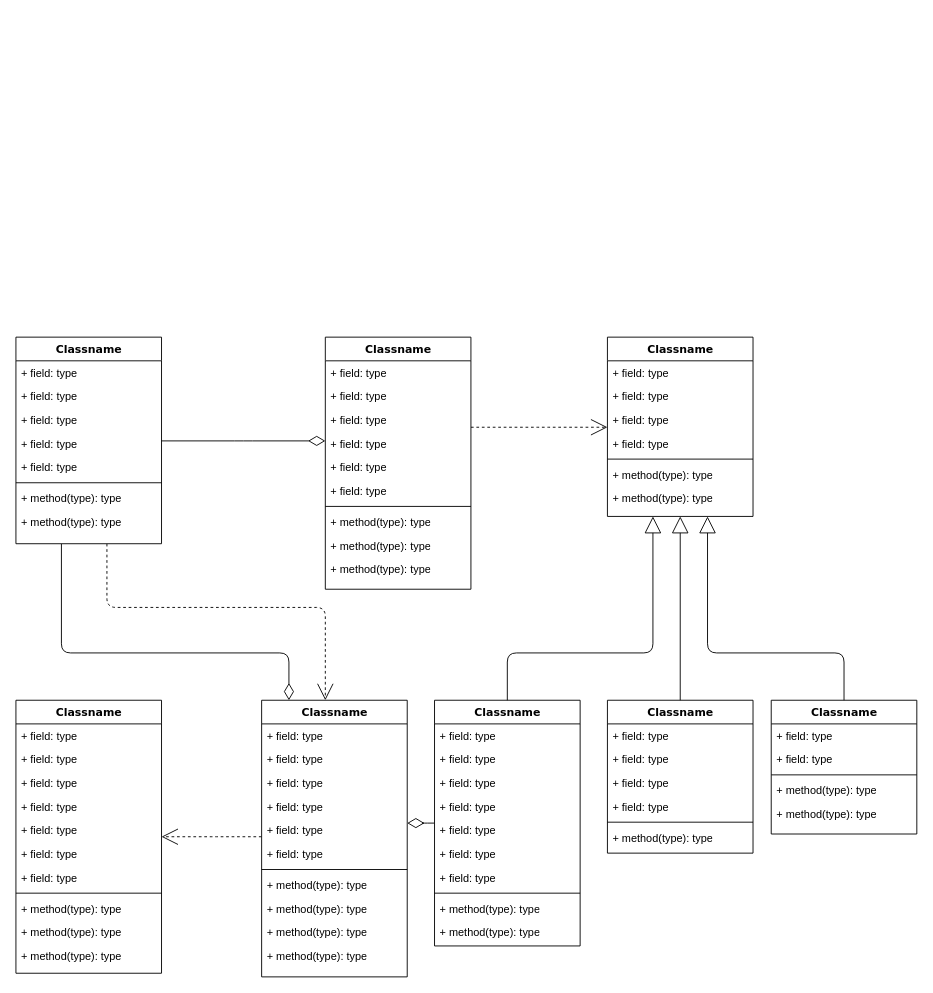
Above: Kokuban.drawio in Cmatrix1/Description-School-Project (draw.io), before the change. Source tidied: cells renumbered, new cells numbered last; positions are measured from the earlier drawing's top-left corner, leaving out a move shared by most shapes. Both pictures are drawn from the tidied source at 91%, with x=0, y=0 at pixel (15, 337).
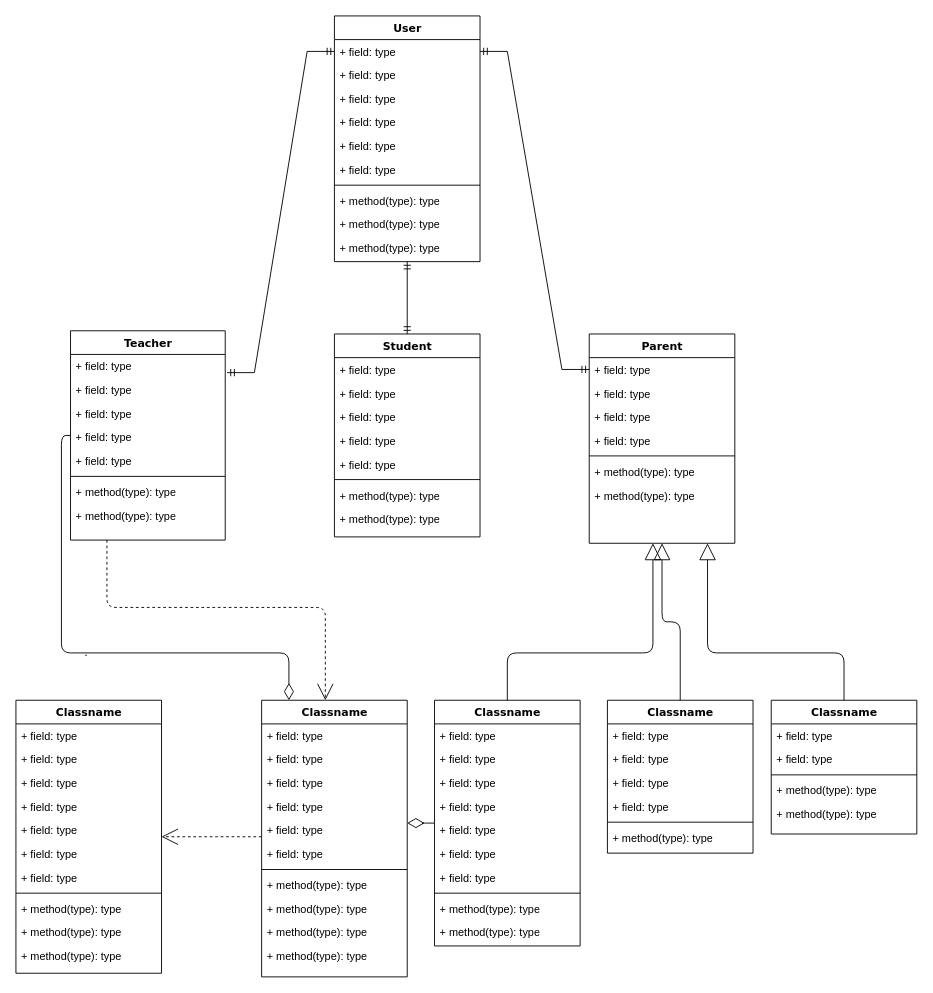
The same diagram, later.

Unchanged cells that the change refers to:
```xml
<mxCell id="15" value="+ field: type" style="text;html=1;strokeColor=none;fillColor=none;align=left;verticalAlign=top;spacingLeft=4;spacingRight=4;whiteSpace=wrap;overflow=hidden;points=[[0,0.5],[1,0.5]];portConstraint=eastwest;" parent="14" vertex="1">
  <mxGeometry y="26" width="160" height="26" as="geometry" />
</mxCell>
<mxCell id="26" value="+ field: type" style="text;html=1;strokeColor=none;fillColor=none;align=left;verticalAlign=top;spacingLeft=4;spacingRight=4;whiteSpace=wrap;overflow=hidden;points=[[0,0.5],[1,0.5]];portConstraint=eastwest;" parent="25" vertex="1">
  <mxGeometry y="26" width="160" height="26" as="geometry" />
</mxCell>
<mxCell id="47" value="Classname" style="swimlane;html=1;fontStyle=1;align=center;verticalAlign=top;horizontal=1;startSize=26;swimlaneFillColor=#ffffff;rounded=0;shadow=0;comic=0;labelBackgroundColor=none;strokeWidth=1;fillColor=none;fontFamily=Verdana;fontSize=12;" parent="1" vertex="1">
  <mxGeometry x="270" y="399" width="160" height="304" as="geometry" />
</mxCell>
```

Change to the diagram source:
```diff
@@
-    <mxCell id="3" style="edgeStyle=orthogonalEdgeStyle;html=1;labelBackgroundColor=none;startFill=0;startSize=8;endArrow=diamondThin;endFill=0;endSize=16;fontFamily=Verdana;fontSize=12;" parent="1" edge="1" source="4" target="47">
+    <mxCell id="3" value="." style="edgeStyle=orthogonalEdgeStyle;html=1;labelBackgroundColor=none;startFill=0;startSize=8;endArrow=diamondThin;endFill=0;endSize=16;fontFamily=Verdana;fontSize=12;" parent="1" edge="1" source="4" target="47">
       <mxGeometry relative="1" as="geometry">
         <Array as="points">
           <mxPoint x="50" y="347" />
           <mxPoint x="300" y="347" />
         </Array>
       </mxGeometry>
     </mxCell>
-    <mxCell id="4" value="Classname" style="swimlane;html=1;fontStyle=1;align=center;verticalAlign=top;horizontal=1;startSize=26;swimlaneFillColor=#ffffff;rounded=0;shadow=0;comic=0;labelBackgroundColor=none;strokeWidth=1;fillColor=none;fontFamily=Verdana;fontSize=12;" parent="1" vertex="1">
-      <mxGeometry width="160" height="227" as="geometry" />
+    <mxCell id="4" value="Teacher" style="swimlane;html=1;fontStyle=1;align=center;verticalAlign=top;horizontal=1;startSize=26;swimlaneFillColor=#ffffff;rounded=0;shadow=0;comic=0;labelBackgroundColor=none;strokeWidth=1;fillColor=none;fontFamily=Verdana;fontSize=12;" parent="1" vertex="1">
+      <mxGeometry x="60" y="-7" width="170" height="230" as="geometry" />
     </mxCell>
     <mxCell id="5" value="+ field: type" style="text;html=1;strokeColor=none;fillColor=none;align=left;verticalAlign=top;spacingLeft=4;spacingRight=4;whiteSpace=wrap;overflow=hidden;points=[[0,0.5],[1,0.5]];portConstraint=eastwest;" parent="4" vertex="1">
-      <mxGeometry y="26" width="160" height="26" as="geometry" />
+      <mxGeometry y="26" width="170" height="26" as="geometry" />
     </mxCell>
     <mxCell id="6" value="+ field: type" style="text;html=1;strokeColor=none;fillColor=none;align=left;verticalAlign=top;spacingLeft=4;spacingRight=4;whiteSpace=wrap;overflow=hidden;" parent="4" vertex="1">
-      <mxGeometry y="52" width="160" height="26" as="geometry" />
+      <mxGeometry y="52" width="170" height="26" as="geometry" />
     </mxCell>
     <mxCell id="7" value="+ field: type" style="text;html=1;strokeColor=none;fillColor=none;align=left;verticalAlign=top;spacingLeft=4;spacingRight=4;whiteSpace=wrap;overflow=hidden;" parent="4" vertex="1">
-      <mxGeometry y="78" width="160" height="26" as="geometry" />
+      <mxGeometry y="78" width="170" height="26" as="geometry" />
     </mxCell>
     <mxCell id="8" value="+ field: type" style="text;html=1;strokeColor=none;fillColor=none;align=left;verticalAlign=top;spacingLeft=4;spacingRight=4;whiteSpace=wrap;overflow=hidden;" parent="4" vertex="1">
-      <mxGeometry y="104" width="160" height="26" as="geometry" />
+      <mxGeometry y="104" width="170" height="26" as="geometry" />
     </mxCell>
     <mxCell id="9" value="+ field: type" style="text;html=1;strokeColor=none;fillColor=none;align=left;verticalAlign=top;spacingLeft=4;spacingRight=4;whiteSpace=wrap;overflow=hidden;" parent="4" vertex="1">
-      <mxGeometry y="130" width="160" height="26" as="geometry" />
+      <mxGeometry y="130" width="170" height="26" as="geometry" />
     </mxCell>
     <mxCell id="10" style="line;html=1;strokeWidth=1;fillColor=none;align=left;verticalAlign=middle;spacingTop=-1;spacingLeft=3;spacingRight=3;labelPosition=right;" parent="4" vertex="1">
-      <mxGeometry y="156" width="160" height="8" as="geometry" />
+      <mxGeometry y="156" width="170" height="8" as="geometry" />
     </mxCell>
     <mxCell id="11" value="+ method(type): type" style="text;html=1;strokeColor=none;fillColor=none;align=left;verticalAlign=top;spacingLeft=4;spacingRight=4;whiteSpace=wrap;overflow=hidden;" parent="4" vertex="1">
-      <mxGeometry y="164" width="160" height="26" as="geometry" />
+      <mxGeometry y="164" width="170" height="26" as="geometry" />
     </mxCell>
     <mxCell id="12" value="+ method(type): type" style="text;html=1;strokeColor=none;fillColor=none;align=left;verticalAlign=top;spacingLeft=4;spacingRight=4;whiteSpace=wrap;overflow=hidden;" parent="4" vertex="1">
-      <mxGeometry y="190" width="160" height="26" as="geometry" />
+      <mxGeometry y="190" width="170" height="26" as="geometry" />
     </mxCell>
-    <mxCell id="13" style="edgeStyle=elbowEdgeStyle;html=1;labelBackgroundColor=none;startFill=0;startSize=8;endArrow=open;endFill=0;endSize=16;fontFamily=Verdana;fontSize=12;elbow=vertical;dashed=1;" parent="1" edge="1" source="14" target="25">
-      <mxGeometry relative="1" as="geometry" />
-    </mxCell>
-    <mxCell id="14" value="Classname" style="swimlane;html=1;fontStyle=1;align=center;verticalAlign=top;horizontal=1;startSize=26;swimlaneFillColor=#ffffff;rounded=0;shadow=0;comic=0;labelBackgroundColor=none;strokeWidth=1;fillColor=none;fontFamily=Verdana;fontSize=12;" parent="1" vertex="1">
-      <mxGeometry x="340" width="160" height="277" as="geometry" />
+    <mxCell id="14" value="User" style="swimlane;html=1;fontStyle=1;align=center;verticalAlign=top;horizontal=1;startSize=26;swimlaneFillColor=#ffffff;rounded=0;shadow=0;comic=0;labelBackgroundColor=none;strokeWidth=1;fillColor=none;fontFamily=Verdana;fontSize=12;" parent="1" vertex="1">
+      <mxGeometry x="350" y="-353" width="160" height="270" as="geometry" />
     </mxCell>
@@
-    <mxCell id="25" value="Classname" style="swimlane;html=1;fontStyle=1;align=center;verticalAlign=top;horizontal=1;startSize=26;swimlaneFillColor=#ffffff;rounded=0;shadow=0;comic=0;labelBackgroundColor=none;strokeWidth=1;fillColor=none;fontFamily=Verdana;fontSize=12;" parent="1" vertex="1">
-      <mxGeometry x="650" width="160" height="197" as="geometry" />
+    <mxCell id="25" value="Parent" style="swimlane;html=1;fontStyle=1;align=center;verticalAlign=top;horizontal=1;startSize=26;swimlaneFillColor=#ffffff;rounded=0;shadow=0;comic=0;labelBackgroundColor=none;strokeWidth=1;fillColor=none;fontFamily=Verdana;fontSize=12;" parent="1" vertex="1">
+      <mxGeometry x="630" y="-3.5" width="160" height="230" as="geometry" />
     </mxCell>
@@
     <mxCell id="32" value="+ method(type): type" style="text;html=1;strokeColor=none;fillColor=none;align=left;verticalAlign=top;spacingLeft=4;spacingRight=4;whiteSpace=wrap;overflow=hidden;" parent="25" vertex="1">
-      <mxGeometry y="164" width="160" height="26" as="geometry" />
+      <mxGeometry y="164" width="160" height="66" as="geometry" />
     </mxCell>
@@
-    <mxCell id="86" style="edgeStyle=elbowEdgeStyle;html=1;labelBackgroundColor=none;startFill=0;startSize=8;endArrow=diamondThin;endFill=0;endSize=16;fontFamily=Verdana;fontSize=12;elbow=vertical;" parent="1" edge="1" source="4" target="14">
-      <mxGeometry relative="1" as="geometry" />
-    </mxCell>
+    <mxCell id="87" value="Student" style="swimlane;html=1;fontStyle=1;align=center;verticalAlign=top;horizontal=1;startSize=26;swimlaneFillColor=#ffffff;rounded=0;shadow=0;comic=0;labelBackgroundColor=none;strokeWidth=1;fillColor=none;fontFamily=Verdana;fontSize=12;" parent="1" vertex="1">
+      <mxGeometry x="350" y="-3.5" width="160" height="223" as="geometry" />
+    </mxCell>
+    <mxCell id="88" value="+ field: type" style="text;html=1;strokeColor=none;fillColor=none;align=left;verticalAlign=top;spacingLeft=4;spacingRight=4;whiteSpace=wrap;overflow=hidden;" parent="87" vertex="1">
+      <mxGeometry y="26" width="160" height="26" as="geometry" />
+    </mxCell>
+    <mxCell id="89" value="+ field: type" style="text;html=1;strokeColor=none;fillColor=none;align=left;verticalAlign=top;spacingLeft=4;spacingRight=4;whiteSpace=wrap;overflow=hidden;" parent="87" vertex="1">
+      <mxGeometry y="52" width="160" height="26" as="geometry" />
+    </mxCell>
+    <mxCell id="90" value="+ field: type" style="text;html=1;strokeColor=none;fillColor=none;align=left;verticalAlign=top;spacingLeft=4;spacingRight=4;whiteSpace=wrap;overflow=hidden;" parent="87" vertex="1">
+      <mxGeometry y="78" width="160" height="26" as="geometry" />
+    </mxCell>
+    <mxCell id="91" value="+ field: type" style="text;html=1;strokeColor=none;fillColor=none;align=left;verticalAlign=top;spacingLeft=4;spacingRight=4;whiteSpace=wrap;overflow=hidden;" parent="87" vertex="1">
+      <mxGeometry y="104" width="160" height="26" as="geometry" />
+    </mxCell>
+    <mxCell id="92" value="+ field: type" style="text;html=1;strokeColor=none;fillColor=none;align=left;verticalAlign=top;spacingLeft=4;spacingRight=4;whiteSpace=wrap;overflow=hidden;" parent="87" vertex="1">
+      <mxGeometry y="130" width="160" height="26" as="geometry" />
+    </mxCell>
+    <mxCell id="93" style="line;html=1;strokeWidth=1;fillColor=none;align=left;verticalAlign=middle;spacingTop=-1;spacingLeft=3;spacingRight=3;labelPosition=right;" parent="87" vertex="1">
+      <mxGeometry y="156" width="160" height="8" as="geometry" />
+    </mxCell>
+    <mxCell id="94" value="+ method(type): type" style="text;html=1;strokeColor=none;fillColor=none;align=left;verticalAlign=top;spacingLeft=4;spacingRight=4;whiteSpace=wrap;overflow=hidden;" parent="87" vertex="1">
+      <mxGeometry y="164" width="160" height="26" as="geometry" />
+    </mxCell>
+    <mxCell id="95" value="+ method(type): type" style="text;html=1;strokeColor=none;fillColor=none;align=left;verticalAlign=top;spacingLeft=4;spacingRight=4;whiteSpace=wrap;overflow=hidden;" parent="87" vertex="1">
+      <mxGeometry y="190" width="160" height="26" as="geometry" />
+    </mxCell>
+    <mxCell id="96" style="fontSize=12;html=1;endArrow=ERmandOne;startArrow=ERmandOne;rounded=0;entryX=0;entryY=0.5;entryDx=0;entryDy=0;edgeStyle=entityRelationEdgeStyle;exitX=1.012;exitY=0.769;exitDx=0;exitDy=0;exitPerimeter=0;" parent="1" edge="1" source="5" target="15">
+      <mxGeometry relative="1" as="geometry" />
+    </mxCell>
+    <mxCell id="97" style="edgeStyle=entityRelationEdgeStyle;fontSize=12;html=1;endArrow=ERmandOne;startArrow=ERmandOne;rounded=0;entryX=1;entryY=0.5;entryDx=0;entryDy=0;exitX=0;exitY=0.5;exitDx=0;exitDy=0;" parent="1" edge="1" source="26" target="15">
+      <mxGeometry relative="1" as="geometry">
+        <Array as="points">
+          <mxPoint x="880" y="-213" />
+        </Array>
+      </mxGeometry>
+    </mxCell>
+    <mxCell id="98" style="fontSize=12;html=1;endArrow=ERmandOne;startArrow=ERmandOne;rounded=0;entryX=0.5;entryY=1;entryDx=0;entryDy=0;exitX=0.5;exitY=0;exitDx=0;exitDy=0;" parent="1" edge="1" source="87" target="14">
+      <mxGeometry relative="1" as="geometry" />
+    </mxCell>
```
